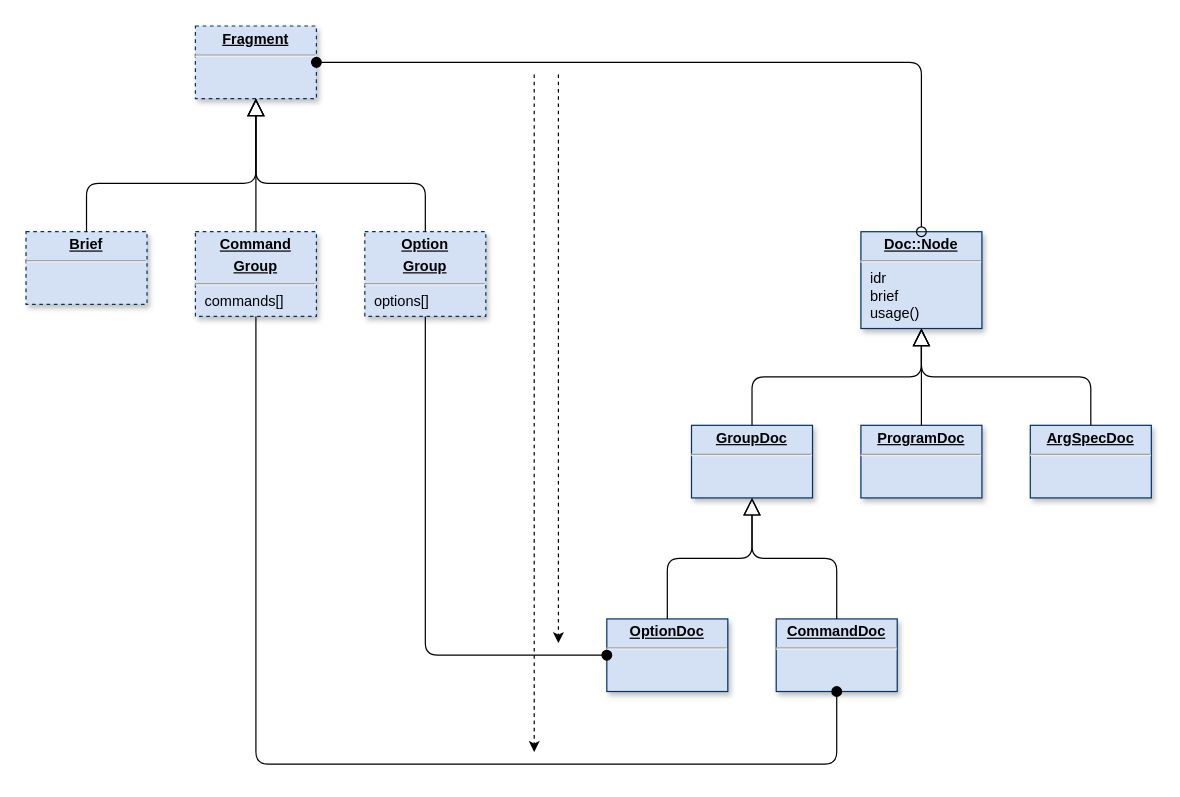
clrgit/shellopts keeps this draw.io diagram as page "Doc" (3 of 5) of doc/diagram.drawio. Above is the earlier version. Source tidied: cells renumbered, new cells numbered last; positions are measured from the earlier drawing's top-left corner, leaving out a move shared by most shapes. Both pictures are drawn from the tidied source at 121%, with x=0, y=0 at pixel (25, 25).
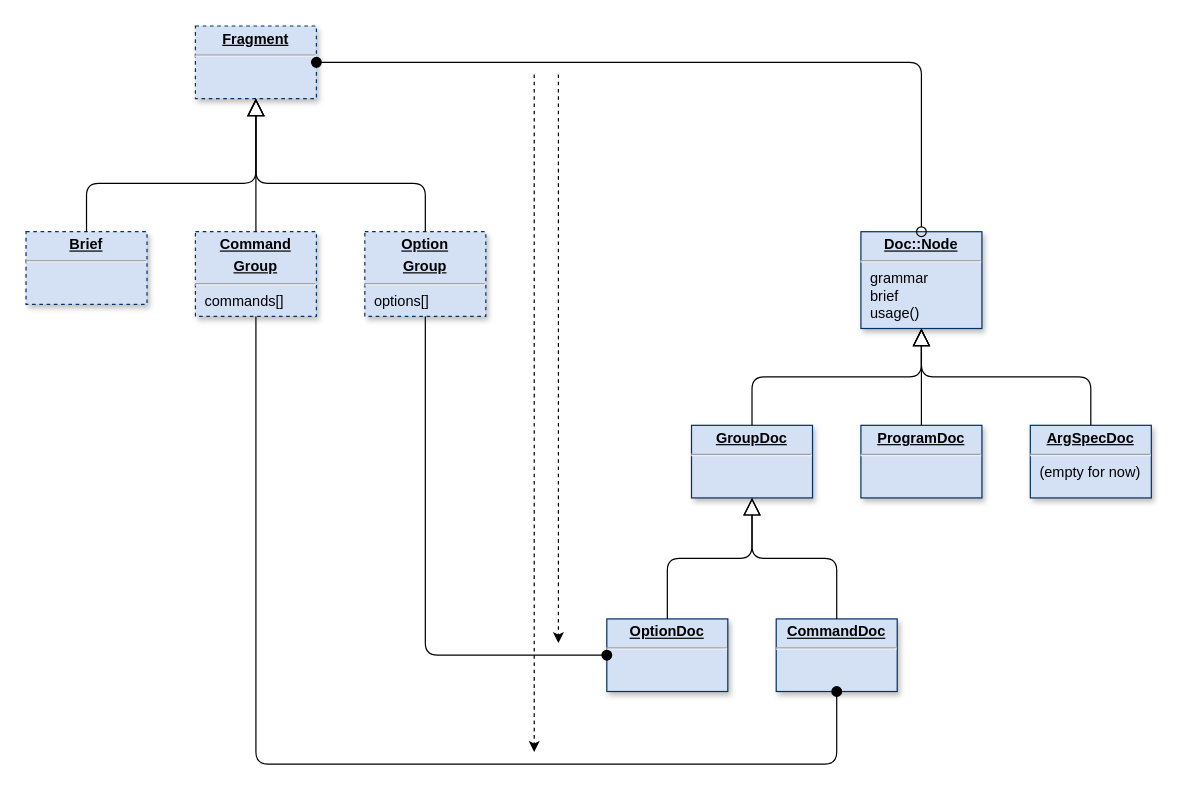
The same diagram, later.

What changed in the source:
```diff
@@
-    <mxCell id="9" value="&lt;p style=&quot;margin: 0px ; margin-top: 4px ; text-align: center ; text-decoration: underline&quot;&gt;&lt;b&gt;Doc::Node&lt;/b&gt;&lt;/p&gt;&lt;hr&gt;&lt;p style=&quot;margin: 0px ; margin-left: 8px&quot;&gt;idr&lt;/p&gt;&lt;p style=&quot;margin: 0px ; margin-left: 8px&quot;&gt;brief&lt;/p&gt;&lt;p style=&quot;margin: 0px ; margin-left: 8px&quot;&gt;usage()&lt;/p&gt;" style="verticalAlign=top;align=left;overflow=fill;fontSize=12;fontFamily=Helvetica;html=1;shadow=1;strokeColor=#003366;fillColor=#D4E1F5;" parent="1" vertex="1">
+    <mxCell id="9" value="&lt;p style=&quot;margin: 0px ; margin-top: 4px ; text-align: center ; text-decoration: underline&quot;&gt;&lt;b&gt;Doc::Node&lt;/b&gt;&lt;/p&gt;&lt;hr&gt;&lt;p style=&quot;margin: 0px ; margin-left: 8px&quot;&gt;grammar&lt;/p&gt;&lt;p style=&quot;margin: 0px ; margin-left: 8px&quot;&gt;brief&lt;/p&gt;&lt;p style=&quot;margin: 0px ; margin-left: 8px&quot;&gt;usage()&lt;/p&gt;" style="verticalAlign=top;align=left;overflow=fill;fontSize=12;fontFamily=Helvetica;html=1;shadow=1;strokeColor=#003366;fillColor=#D4E1F5;" parent="1" vertex="1">
       <mxGeometry x="690" y="170" width="100" height="80" as="geometry" />
     </mxCell>
@@
-    <mxCell id="29" value="&lt;p style=&quot;margin: 0px ; margin-top: 4px ; text-align: center ; text-decoration: underline&quot;&gt;&lt;b&gt;ArgSpecDoc&lt;/b&gt;&lt;/p&gt;&lt;hr&gt;&lt;p style=&quot;margin: 0px ; margin-left: 8px&quot;&gt;&lt;br&gt;&lt;/p&gt;" style="verticalAlign=top;align=left;overflow=fill;fontSize=12;fontFamily=Helvetica;html=1;shadow=1;strokeColor=#003366;fillColor=#D4E1F5;" parent="1" vertex="1">
+    <mxCell id="29" value="&lt;p style=&quot;margin: 0px ; margin-top: 4px ; text-align: center ; text-decoration: underline&quot;&gt;&lt;b&gt;ArgSpecDoc&lt;/b&gt;&lt;/p&gt;&lt;hr&gt;&lt;p style=&quot;margin: 0px ; margin-left: 8px&quot;&gt;(empty for now)&lt;/p&gt;" style="verticalAlign=top;align=left;overflow=fill;fontSize=12;fontFamily=Helvetica;html=1;shadow=1;strokeColor=#003366;fillColor=#D4E1F5;" parent="1" vertex="1">
       <mxGeometry x="830" y="330" width="100" height="60" as="geometry" />
     </mxCell>
```
